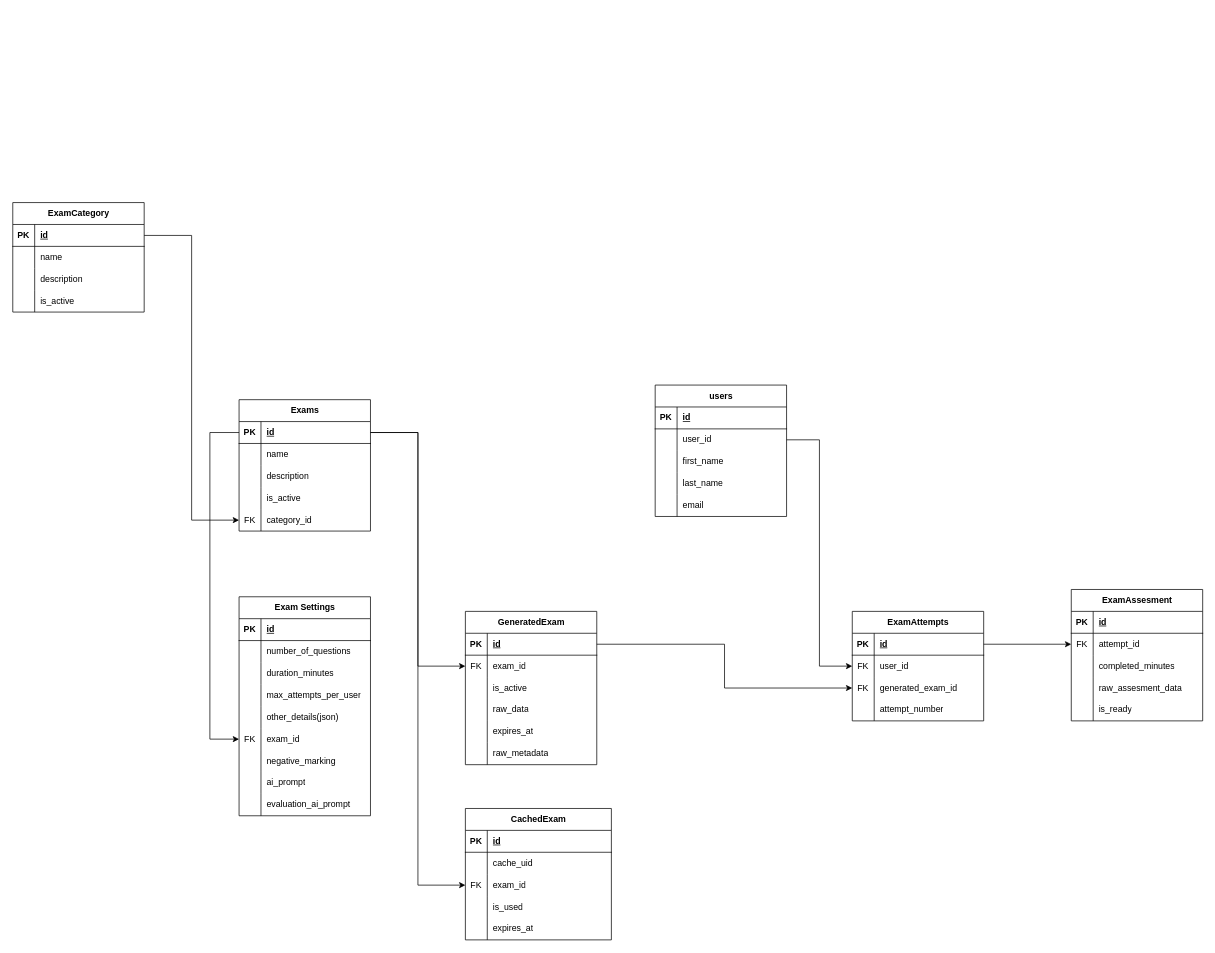
Before: page "db schema" (4 of 4) of docs/retest.drawio in Anexca/project-kota, a draw.io diagram. Source tidied: cells renumbered, new cells numbered last; positions are measured from the earlier drawing's top-left corner, leaving out a move shared by most shapes. Both pictures are drawn from the tidied source at 73%, with x=0, y=0 at pixel (12, 202).
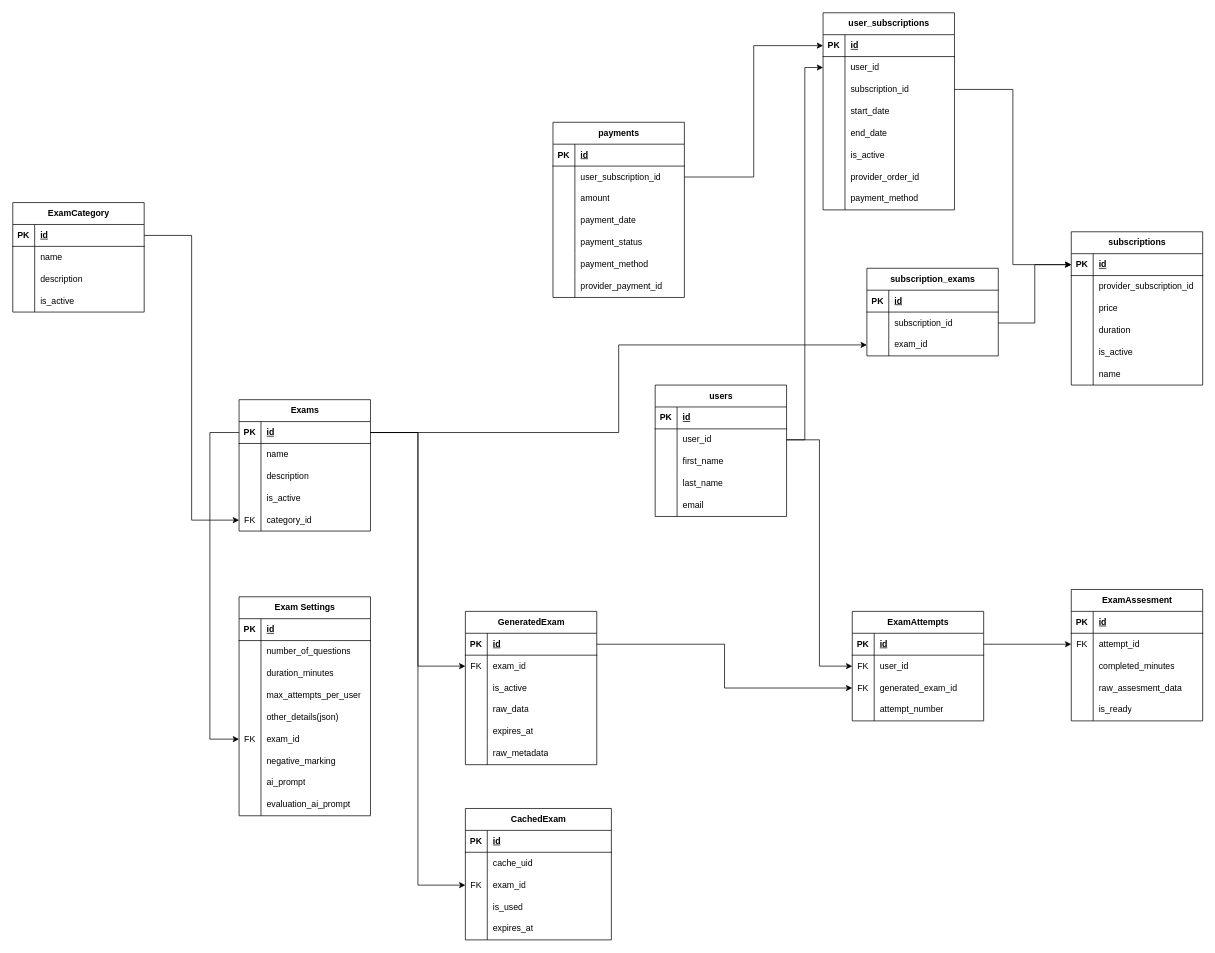
The same page after the edit.

Commit message (it also covers changes not shown here):
add subscriptions table schema in docs

Unchanged cells that the change refers to:
```xml
<mxCell id="16" style="shape=tableRow;horizontal=0;startSize=0;swimlaneHead=0;swimlaneBody=0;fillColor=none;points=[[0,0.5],[1,0.5]];portConstraint=eastwest;top=0;left=0;right=0;bottom=1;" parent="15" vertex="1">
  <mxGeometry y="30" width="180" height="30" as="geometry" />
</mxCell>
<mxCell id="113" style="shape=tableRow;horizontal=0;startSize=0;swimlaneHead=0;swimlaneBody=0;fillColor=none;points=[[0,0.5],[1,0.5]];portConstraint=eastwest;top=0;left=0;right=0;bottom=0;" parent="109" vertex="1">
  <mxGeometry y="60" width="180" height="30" as="geometry" />
</mxCell>
```

What changed in the source:
```diff
@@
+    <mxCell id="146" value="subscriptions" style="shape=table;startSize=30;childLayout=tableLayout;rowLines=0;fontStyle=1;align=center;html=1;" parent="1" vertex="1">
+      <mxGeometry x="1450" y="40" width="180" height="210" as="geometry" />
+    </mxCell>
+    <mxCell id="147" style="shape=tableRow;horizontal=0;startSize=0;swimlaneHead=0;swimlaneBody=0;fillColor=none;points=[[0,0.5],[1,0.5]];portConstraint=eastwest;top=0;left=0;right=0;bottom=1;" parent="146" vertex="1">
+      <mxGeometry y="30" width="180" height="30" as="geometry" />
+    </mxCell>
+    <mxCell id="148" value="PK" style="shape=partialRectangle;fillColor=none;top=0;left=0;bottom=0;right=0;fontStyle=1;overflow=hidden;whiteSpace=wrap;html=1;" parent="147" vertex="1">
+      <mxGeometry width="30" height="30" as="geometry" />
+    </mxCell>
+    <mxCell id="149" value="id" style="shape=partialRectangle;fillColor=none;top=0;left=0;bottom=0;right=0;align=left;spacingLeft=6;fontStyle=5;overflow=hidden;whiteSpace=wrap;html=1;" parent="147" vertex="1">
+      <mxGeometry x="30" width="150" height="30" as="geometry" />
+    </mxCell>
+    <mxCell id="150" style="shape=tableRow;horizontal=0;startSize=0;swimlaneHead=0;swimlaneBody=0;fillColor=none;top=0;left=0;right=0;bottom=0;" parent="146" vertex="1">
+      <mxGeometry y="60" width="180" height="30" as="geometry" />
+    </mxCell>
+    <mxCell id="151" style="shape=partialRectangle;fillColor=none;top=0;left=0;bottom=0;right=0;overflow=hidden;whiteSpace=wrap;html=1;" parent="150" vertex="1">
+      <mxGeometry width="30" height="30" as="geometry" />
+    </mxCell>
+    <mxCell id="152" value="provider_subscription_id" style="shape=partialRectangle;fillColor=none;top=0;left=0;bottom=0;right=0;align=left;spacingLeft=6;overflow=hidden;whiteSpace=wrap;html=1;" parent="150" vertex="1">
+      <mxGeometry x="30" width="150" height="30" as="geometry" />
+    </mxCell>
+    <mxCell id="153" style="shape=tableRow;horizontal=0;startSize=0;swimlaneHead=0;swimlaneBody=0;fillColor=none;top=0;left=0;right=0;bottom=0;" parent="146" vertex="1">
+      <mxGeometry y="90" width="180" height="30" as="geometry" />
+    </mxCell>
+    <mxCell id="154" style="shape=partialRectangle;fillColor=none;top=0;left=0;bottom=0;right=0;overflow=hidden;whiteSpace=wrap;html=1;" parent="153" vertex="1">
+      <mxGeometry width="30" height="30" as="geometry" />
+    </mxCell>
+    <mxCell id="155" value="price" style="shape=partialRectangle;fillColor=none;top=0;left=0;bottom=0;right=0;align=left;spacingLeft=6;overflow=hidden;whiteSpace=wrap;html=1;" parent="153" vertex="1">
+      <mxGeometry x="30" width="150" height="30" as="geometry" />
+    </mxCell>
+    <mxCell id="156" style="shape=tableRow;horizontal=0;startSize=0;swimlaneHead=0;swimlaneBody=0;fillColor=none;top=0;left=0;right=0;bottom=0;" parent="146" vertex="1">
+      <mxGeometry y="120" width="180" height="30" as="geometry" />
+    </mxCell>
+    <mxCell id="157" style="shape=partialRectangle;fillColor=none;top=0;left=0;bottom=0;right=0;overflow=hidden;whiteSpace=wrap;html=1;" parent="156" vertex="1">
+      <mxGeometry width="30" height="30" as="geometry" />
+    </mxCell>
+    <mxCell id="158" value="duration" style="shape=partialRectangle;fillColor=none;top=0;left=0;bottom=0;right=0;align=left;spacingLeft=6;overflow=hidden;whiteSpace=wrap;html=1;" parent="156" vertex="1">
+      <mxGeometry x="30" width="150" height="30" as="geometry" />
+    </mxCell>
+    <mxCell id="159" style="shape=tableRow;horizontal=0;startSize=0;swimlaneHead=0;swimlaneBody=0;fillColor=none;top=0;left=0;right=0;bottom=0;" parent="146" vertex="1">
+      <mxGeometry y="150" width="180" height="30" as="geometry" />
+    </mxCell>
+    <mxCell id="160" style="shape=partialRectangle;fillColor=none;top=0;left=0;bottom=0;right=0;overflow=hidden;whiteSpace=wrap;html=1;" parent="159" vertex="1">
+      <mxGeometry width="30" height="30" as="geometry" />
+    </mxCell>
+    <mxCell id="161" value="is_active" style="shape=partialRectangle;fillColor=none;top=0;left=0;bottom=0;right=0;align=left;spacingLeft=6;overflow=hidden;whiteSpace=wrap;html=1;" parent="159" vertex="1">
+      <mxGeometry x="30" width="150" height="30" as="geometry" />
+    </mxCell>
+    <mxCell id="162" style="shape=tableRow;horizontal=0;startSize=0;swimlaneHead=0;swimlaneBody=0;fillColor=none;top=0;left=0;right=0;bottom=0;" parent="146" vertex="1">
+      <mxGeometry y="180" width="180" height="30" as="geometry" />
+    </mxCell>
+    <mxCell id="163" style="shape=partialRectangle;fillColor=none;top=0;left=0;bottom=0;right=0;overflow=hidden;whiteSpace=wrap;html=1;" parent="162" vertex="1">
+      <mxGeometry width="30" height="30" as="geometry" />
+    </mxCell>
+    <mxCell id="164" value="name" style="shape=partialRectangle;fillColor=none;top=0;left=0;bottom=0;right=0;align=left;spacingLeft=6;overflow=hidden;whiteSpace=wrap;html=1;" parent="162" vertex="1">
+      <mxGeometry x="30" width="150" height="30" as="geometry" />
+    </mxCell>
+    <mxCell id="165" value="user_subscriptions" style="shape=table;startSize=30;childLayout=tableLayout;rowLines=0;fontStyle=1;align=center;html=1;" parent="1" vertex="1">
+      <mxGeometry x="1110" y="-260" width="180" height="270" as="geometry" />
+    </mxCell>
+    <mxCell id="166" style="shape=tableRow;horizontal=0;startSize=0;swimlaneHead=0;swimlaneBody=0;fillColor=none;points=[[0,0.5],[1,0.5]];portConstraint=eastwest;top=0;left=0;right=0;bottom=1;" parent="165" vertex="1">
+      <mxGeometry y="30" width="180" height="30" as="geometry" />
+    </mxCell>
+    <mxCell id="167" value="PK" style="shape=partialRectangle;fillColor=none;top=0;left=0;bottom=0;right=0;fontStyle=1;overflow=hidden;whiteSpace=wrap;html=1;" parent="166" vertex="1">
+      <mxGeometry width="30" height="30" as="geometry" />
+    </mxCell>
+    <mxCell id="168" value="id" style="shape=partialRectangle;fillColor=none;top=0;left=0;bottom=0;right=0;align=left;spacingLeft=6;fontStyle=5;overflow=hidden;whiteSpace=wrap;html=1;" parent="166" vertex="1">
+      <mxGeometry x="30" width="150" height="30" as="geometry" />
+    </mxCell>
+    <mxCell id="169" style="shape=tableRow;horizontal=0;startSize=0;swimlaneHead=0;swimlaneBody=0;fillColor=none;points=[[0,0.5],[1,0.5]];portConstraint=eastwest;top=0;left=0;right=0;bottom=0;" parent="165" vertex="1">
+      <mxGeometry y="60" width="180" height="30" as="geometry" />
+    </mxCell>
+    <mxCell id="170" style="shape=partialRectangle;fillColor=none;top=0;left=0;bottom=0;right=0;overflow=hidden;whiteSpace=wrap;html=1;" parent="169" vertex="1">
+      <mxGeometry width="30" height="30" as="geometry" />
+    </mxCell>
+    <mxCell id="171" value="user_id" style="shape=partialRectangle;fillColor=none;top=0;left=0;bottom=0;right=0;align=left;spacingLeft=6;overflow=hidden;whiteSpace=wrap;html=1;" parent="169" vertex="1">
+      <mxGeometry x="30" width="150" height="30" as="geometry" />
+    </mxCell>
+    <mxCell id="172" style="shape=tableRow;horizontal=0;startSize=0;swimlaneHead=0;swimlaneBody=0;fillColor=none;points=[[0,0.5],[1,0.5]];portConstraint=eastwest;top=0;left=0;right=0;bottom=0;" parent="165" vertex="1">
+      <mxGeometry y="90" width="180" height="30" as="geometry" />
+    </mxCell>
+    <mxCell id="173" style="shape=partialRectangle;fillColor=none;top=0;left=0;bottom=0;right=0;overflow=hidden;whiteSpace=wrap;html=1;" parent="172" vertex="1">
+      <mxGeometry width="30" height="30" as="geometry" />
+    </mxCell>
+    <mxCell id="174" value="subscription_id" style="shape=partialRectangle;fillColor=none;top=0;left=0;bottom=0;right=0;align=left;spacingLeft=6;overflow=hidden;whiteSpace=wrap;html=1;" parent="172" vertex="1">
+      <mxGeometry x="30" width="150" height="30" as="geometry" />
+    </mxCell>
+    <mxCell id="175" style="shape=tableRow;horizontal=0;startSize=0;swimlaneHead=0;swimlaneBody=0;fillColor=none;top=0;left=0;right=0;bottom=0;" parent="165" vertex="1">
+      <mxGeometry y="120" width="180" height="30" as="geometry" />
+    </mxCell>
+    <mxCell id="176" style="shape=partialRectangle;fillColor=none;top=0;left=0;bottom=0;right=0;overflow=hidden;whiteSpace=wrap;html=1;" parent="175" vertex="1">
+      <mxGeometry width="30" height="30" as="geometry" />
+    </mxCell>
+    <mxCell id="177" value="start_date" style="shape=partialRectangle;fillColor=none;top=0;left=0;bottom=0;right=0;align=left;spacingLeft=6;overflow=hidden;whiteSpace=wrap;html=1;" parent="175" vertex="1">
+      <mxGeometry x="30" width="150" height="30" as="geometry" />
+    </mxCell>
+    <mxCell id="178" style="shape=tableRow;horizontal=0;startSize=0;swimlaneHead=0;swimlaneBody=0;fillColor=none;top=0;left=0;right=0;bottom=0;" parent="165" vertex="1">
+      <mxGeometry y="150" width="180" height="30" as="geometry" />
+    </mxCell>
+    <mxCell id="179" style="shape=partialRectangle;fillColor=none;top=0;left=0;bottom=0;right=0;overflow=hidden;whiteSpace=wrap;html=1;" parent="178" vertex="1">
+      <mxGeometry width="30" height="30" as="geometry" />
+    </mxCell>
+    <mxCell id="180" value="end_date" style="shape=partialRectangle;fillColor=none;top=0;left=0;bottom=0;right=0;align=left;spacingLeft=6;overflow=hidden;whiteSpace=wrap;html=1;" parent="178" vertex="1">
+      <mxGeometry x="30" width="150" height="30" as="geometry" />
+    </mxCell>
+    <mxCell id="181" style="shape=tableRow;horizontal=0;startSize=0;swimlaneHead=0;swimlaneBody=0;fillColor=none;top=0;left=0;right=0;bottom=0;" parent="165" vertex="1">
+      <mxGeometry y="180" width="180" height="30" as="geometry" />
+    </mxCell>
+    <mxCell id="182" style="shape=partialRectangle;fillColor=none;top=0;left=0;bottom=0;right=0;overflow=hidden;whiteSpace=wrap;html=1;" parent="181" vertex="1">
+      <mxGeometry width="30" height="30" as="geometry" />
+    </mxCell>
+    <mxCell id="183" value="is_active" style="shape=partialRectangle;fillColor=none;top=0;left=0;bottom=0;right=0;align=left;spacingLeft=6;overflow=hidden;whiteSpace=wrap;html=1;" parent="181" vertex="1">
+      <mxGeometry x="30" width="150" height="30" as="geometry" />
+    </mxCell>
+    <mxCell id="184" style="shape=tableRow;horizontal=0;startSize=0;swimlaneHead=0;swimlaneBody=0;fillColor=none;top=0;left=0;right=0;bottom=0;" parent="165" vertex="1">
+      <mxGeometry y="210" width="180" height="30" as="geometry" />
+    </mxCell>
+    <mxCell id="185" style="shape=partialRectangle;fillColor=none;top=0;left=0;bottom=0;right=0;overflow=hidden;whiteSpace=wrap;html=1;" parent="184" vertex="1">
+      <mxGeometry width="30" height="30" as="geometry" />
+    </mxCell>
+    <mxCell id="186" value="provider_order_id" style="shape=partialRectangle;fillColor=none;top=0;left=0;bottom=0;right=0;align=left;spacingLeft=6;overflow=hidden;whiteSpace=wrap;html=1;" parent="184" vertex="1">
+      <mxGeometry x="30" width="150" height="30" as="geometry" />
+    </mxCell>
+    <mxCell id="187" style="shape=tableRow;horizontal=0;startSize=0;swimlaneHead=0;swimlaneBody=0;fillColor=none;top=0;left=0;right=0;bottom=0;" parent="165" vertex="1">
+      <mxGeometry y="240" width="180" height="30" as="geometry" />
+    </mxCell>
+    <mxCell id="188" style="shape=partialRectangle;fillColor=none;top=0;left=0;bottom=0;right=0;overflow=hidden;whiteSpace=wrap;html=1;" parent="187" vertex="1">
+      <mxGeometry width="30" height="30" as="geometry" />
+    </mxCell>
+    <mxCell id="189" value="payment_method" style="shape=partialRectangle;fillColor=none;top=0;left=0;bottom=0;right=0;align=left;spacingLeft=6;overflow=hidden;whiteSpace=wrap;html=1;" parent="187" vertex="1">
+      <mxGeometry x="30" width="150" height="30" as="geometry" />
+    </mxCell>
+    <mxCell id="190" style="edgeStyle=orthogonalEdgeStyle;rounded=0;jettySize=auto;html=1;" parent="1" edge="1" source="172" target="147">
+      <mxGeometry relative="1" as="geometry" />
+    </mxCell>
+    <mxCell id="191" style="edgeStyle=orthogonalEdgeStyle;rounded=0;jettySize=auto;html=1;" parent="1" edge="1" source="113" target="169">
+      <mxGeometry relative="1" as="geometry" />
+    </mxCell>
+    <mxCell id="192" value="subscription_exams" style="shape=table;startSize=30;childLayout=tableLayout;rowLines=0;fontStyle=1;align=center;html=1;" parent="1" vertex="1">
+      <mxGeometry x="1170" y="90" width="180" height="120" as="geometry" />
+    </mxCell>
+    <mxCell id="193" style="shape=tableRow;horizontal=0;startSize=0;swimlaneHead=0;swimlaneBody=0;fillColor=none;top=0;left=0;right=0;bottom=1;" parent="192" vertex="1">
+      <mxGeometry y="30" width="180" height="30" as="geometry" />
+    </mxCell>
+    <mxCell id="194" value="PK" style="shape=partialRectangle;fillColor=none;top=0;left=0;bottom=0;right=0;fontStyle=1;overflow=hidden;whiteSpace=wrap;html=1;" parent="193" vertex="1">
+      <mxGeometry width="30" height="30" as="geometry" />
+    </mxCell>
+    <mxCell id="195" value="id" style="shape=partialRectangle;fillColor=none;top=0;left=0;bottom=0;right=0;align=left;spacingLeft=6;fontStyle=5;overflow=hidden;whiteSpace=wrap;html=1;" parent="193" vertex="1">
+      <mxGeometry x="30" width="150" height="30" as="geometry" />
+    </mxCell>
+    <mxCell id="196" style="shape=tableRow;horizontal=0;startSize=0;swimlaneHead=0;swimlaneBody=0;fillColor=none;points=[[0,0.5],[1,0.5]];portConstraint=eastwest;top=0;left=0;right=0;bottom=0;" parent="192" vertex="1">
+      <mxGeometry y="60" width="180" height="30" as="geometry" />
+    </mxCell>
+    <mxCell id="197" style="shape=partialRectangle;fillColor=none;top=0;left=0;bottom=0;right=0;overflow=hidden;whiteSpace=wrap;html=1;" parent="196" vertex="1">
+      <mxGeometry width="30" height="30" as="geometry" />
+    </mxCell>
+    <mxCell id="198" value="subscription_id" style="shape=partialRectangle;fillColor=none;top=0;left=0;bottom=0;right=0;align=left;spacingLeft=6;overflow=hidden;whiteSpace=wrap;html=1;" parent="196" vertex="1">
+      <mxGeometry x="30" width="150" height="30" as="geometry" />
+    </mxCell>
+    <mxCell id="199" style="shape=tableRow;horizontal=0;startSize=0;swimlaneHead=0;swimlaneBody=0;fillColor=none;points=[[0,0.5],[1,0.5]];portConstraint=eastwest;top=0;left=0;right=0;bottom=0;" parent="192" vertex="1">
+      <mxGeometry y="90" width="180" height="30" as="geometry" />
+    </mxCell>
+    <mxCell id="200" style="shape=partialRectangle;fillColor=none;top=0;left=0;bottom=0;right=0;overflow=hidden;whiteSpace=wrap;html=1;" parent="199" vertex="1">
+      <mxGeometry width="30" height="30" as="geometry" />
+    </mxCell>
+    <mxCell id="201" value="exam_id" style="shape=partialRectangle;fillColor=none;top=0;left=0;bottom=0;right=0;align=left;spacingLeft=6;overflow=hidden;whiteSpace=wrap;html=1;" parent="199" vertex="1">
+      <mxGeometry x="30" width="150" height="30" as="geometry" />
+    </mxCell>
+    <mxCell id="202" style="edgeStyle=orthogonalEdgeStyle;rounded=0;jettySize=auto;html=1;entryX=0;entryY=0.5;entryDx=0;entryDy=0;" parent="1" edge="1" source="196" target="147">
+      <mxGeometry relative="1" as="geometry" />
+    </mxCell>
+    <mxCell id="203" style="edgeStyle=orthogonalEdgeStyle;rounded=0;jettySize=auto;html=1;" parent="1" edge="1" source="16" target="199">
+      <mxGeometry relative="1" as="geometry" />
+    </mxCell>
+    <mxCell id="204" value="payments" style="shape=table;startSize=30;childLayout=tableLayout;rowLines=0;fontStyle=1;align=center;html=1;" parent="1" vertex="1">
+      <mxGeometry x="740" y="-110" width="180" height="240" as="geometry" />
+    </mxCell>
+    <mxCell id="205" style="shape=tableRow;horizontal=0;startSize=0;swimlaneHead=0;swimlaneBody=0;fillColor=none;top=0;left=0;right=0;bottom=1;" parent="204" vertex="1">
+      <mxGeometry y="30" width="180" height="30" as="geometry" />
+    </mxCell>
+    <mxCell id="206" value="PK" style="shape=partialRectangle;fillColor=none;top=0;left=0;bottom=0;right=0;fontStyle=1;overflow=hidden;whiteSpace=wrap;html=1;" parent="205" vertex="1">
+      <mxGeometry width="30" height="30" as="geometry" />
+    </mxCell>
+    <mxCell id="207" value="id" style="shape=partialRectangle;fillColor=none;top=0;left=0;bottom=0;right=0;align=left;spacingLeft=6;fontStyle=5;overflow=hidden;whiteSpace=wrap;html=1;" parent="205" vertex="1">
+      <mxGeometry x="30" width="150" height="30" as="geometry" />
+    </mxCell>
+    <mxCell id="208" style="shape=tableRow;horizontal=0;startSize=0;swimlaneHead=0;swimlaneBody=0;fillColor=none;points=[[0,0.5],[1,0.5]];portConstraint=eastwest;top=0;left=0;right=0;bottom=0;" parent="204" vertex="1">
+      <mxGeometry y="60" width="180" height="30" as="geometry" />
+    </mxCell>
+    <mxCell id="209" style="shape=partialRectangle;fillColor=none;top=0;left=0;bottom=0;right=0;overflow=hidden;whiteSpace=wrap;html=1;" parent="208" vertex="1">
+      <mxGeometry width="30" height="30" as="geometry" />
+    </mxCell>
+    <mxCell id="210" value="user_subscription_id" style="shape=partialRectangle;fillColor=none;top=0;left=0;bottom=0;right=0;align=left;spacingLeft=6;overflow=hidden;whiteSpace=wrap;html=1;" parent="208" vertex="1">
+      <mxGeometry x="30" width="150" height="30" as="geometry" />
+    </mxCell>
+    <mxCell id="211" style="shape=tableRow;horizontal=0;startSize=0;swimlaneHead=0;swimlaneBody=0;fillColor=none;top=0;left=0;right=0;bottom=0;" parent="204" vertex="1">
+      <mxGeometry y="90" width="180" height="30" as="geometry" />
+    </mxCell>
+    <mxCell id="212" style="shape=partialRectangle;fillColor=none;top=0;left=0;bottom=0;right=0;overflow=hidden;whiteSpace=wrap;html=1;" parent="211" vertex="1">
+      <mxGeometry width="30" height="30" as="geometry" />
+    </mxCell>
+    <mxCell id="213" value="amount" style="shape=partialRectangle;fillColor=none;top=0;left=0;bottom=0;right=0;align=left;spacingLeft=6;overflow=hidden;whiteSpace=wrap;html=1;" parent="211" vertex="1">
+      <mxGeometry x="30" width="150" height="30" as="geometry" />
+    </mxCell>
+    <mxCell id="214" style="shape=tableRow;horizontal=0;startSize=0;swimlaneHead=0;swimlaneBody=0;fillColor=none;top=0;left=0;right=0;bottom=0;" parent="204" vertex="1">
+      <mxGeometry y="120" width="180" height="30" as="geometry" />
+    </mxCell>
+    <mxCell id="215" style="shape=partialRectangle;fillColor=none;top=0;left=0;bottom=0;right=0;overflow=hidden;whiteSpace=wrap;html=1;" parent="214" vertex="1">
+      <mxGeometry width="30" height="30" as="geometry" />
+    </mxCell>
+    <mxCell id="216" value="payment_date" style="shape=partialRectangle;fillColor=none;top=0;left=0;bottom=0;right=0;align=left;spacingLeft=6;overflow=hidden;whiteSpace=wrap;html=1;" parent="214" vertex="1">
+      <mxGeometry x="30" width="150" height="30" as="geometry" />
+    </mxCell>
+    <mxCell id="217" style="shape=tableRow;horizontal=0;startSize=0;swimlaneHead=0;swimlaneBody=0;fillColor=none;top=0;left=0;right=0;bottom=0;" parent="204" vertex="1">
+      <mxGeometry y="150" width="180" height="30" as="geometry" />
+    </mxCell>
+    <mxCell id="218" style="shape=partialRectangle;fillColor=none;top=0;left=0;bottom=0;right=0;overflow=hidden;whiteSpace=wrap;html=1;" parent="217" vertex="1">
+      <mxGeometry width="30" height="30" as="geometry" />
+    </mxCell>
+    <mxCell id="219" value="payment_status" style="shape=partialRectangle;fillColor=none;top=0;left=0;bottom=0;right=0;align=left;spacingLeft=6;overflow=hidden;whiteSpace=wrap;html=1;" parent="217" vertex="1">
+      <mxGeometry x="30" width="150" height="30" as="geometry" />
+    </mxCell>
+    <mxCell id="220" style="shape=tableRow;horizontal=0;startSize=0;swimlaneHead=0;swimlaneBody=0;fillColor=none;top=0;left=0;right=0;bottom=0;" parent="204" vertex="1">
+      <mxGeometry y="180" width="180" height="30" as="geometry" />
+    </mxCell>
+    <mxCell id="221" style="shape=partialRectangle;fillColor=none;top=0;left=0;bottom=0;right=0;overflow=hidden;whiteSpace=wrap;html=1;" parent="220" vertex="1">
+      <mxGeometry width="30" height="30" as="geometry" />
+    </mxCell>
+    <mxCell id="222" value="payment_method" style="shape=partialRectangle;fillColor=none;top=0;left=0;bottom=0;right=0;align=left;spacingLeft=6;overflow=hidden;whiteSpace=wrap;html=1;" parent="220" vertex="1">
+      <mxGeometry x="30" width="150" height="30" as="geometry" />
+    </mxCell>
+    <mxCell id="223" style="shape=tableRow;horizontal=0;startSize=0;swimlaneHead=0;swimlaneBody=0;fillColor=none;top=0;left=0;right=0;bottom=0;" parent="204" vertex="1">
+      <mxGeometry y="210" width="180" height="30" as="geometry" />
+    </mxCell>
+    <mxCell id="224" style="shape=partialRectangle;fillColor=none;top=0;left=0;bottom=0;right=0;overflow=hidden;whiteSpace=wrap;html=1;" parent="223" vertex="1">
+      <mxGeometry width="30" height="30" as="geometry" />
+    </mxCell>
+    <mxCell id="225" value="provider_payment_id" style="shape=partialRectangle;fillColor=none;top=0;left=0;bottom=0;right=0;align=left;spacingLeft=6;overflow=hidden;whiteSpace=wrap;html=1;" parent="223" vertex="1">
+      <mxGeometry x="30" width="150" height="30" as="geometry" />
+    </mxCell>
+    <mxCell id="226" style="edgeStyle=orthogonalEdgeStyle;rounded=0;jettySize=auto;html=1;" parent="1" edge="1" source="208" target="166">
+      <mxGeometry relative="1" as="geometry" />
+    </mxCell>
```
